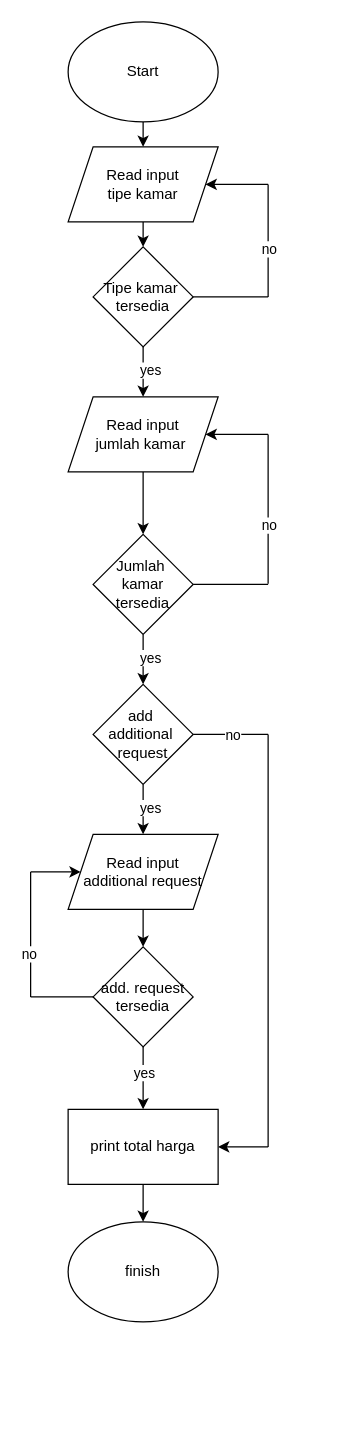
This is flowchart.drawio from toniliu672/toni_liungan-reservation_app, a draw.io file, before an edit. Source tidied: cells renumbered, new cells numbered last; positions are measured from the earlier drawing's top-left corner, leaving out a move shared by most shapes. Both pictures are drawn from the tidied source at 125%, with x=0, y=0 at pixel (30, 21).
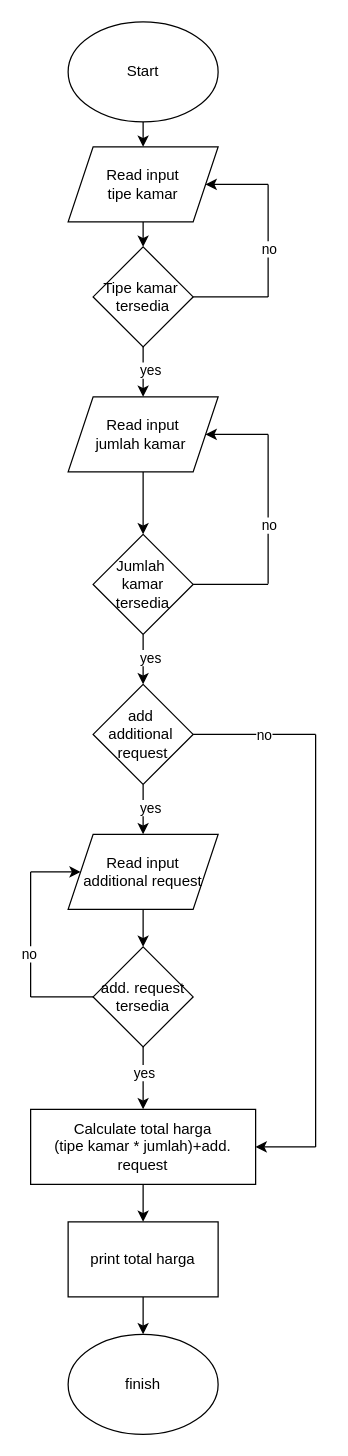
The same page after the edit.

Commit message:
add calculate total harga in flowchart

Unchanged cells that the change refers to:
```xml
<mxCell id="24" value="add&amp;nbsp;&lt;br&gt;additional&amp;nbsp;&lt;br&gt;request" style="rhombus;whiteSpace=wrap;html=1;" parent="1" vertex="1">
  <mxGeometry x="50" y="530" width="80" height="80" as="geometry" />
</mxCell>
```

What changed in the source:
```diff
@@
     <mxCell id="4" value="finish" style="ellipse;whiteSpace=wrap;html=1;" parent="1" vertex="1">
-      <mxGeometry x="30" y="960" width="120" height="80" as="geometry" />
+      <mxGeometry x="30" y="1050" width="120" height="80" as="geometry" />
     </mxCell>
@@
     <mxCell id="28" style="endArrow=none;html=1;exitX=1;exitY=0.5;exitDx=0;exitDy=0;" parent="1" edge="1" source="24">
       <mxGeometry relative="1" as="geometry">
-        <mxPoint x="190" y="570" as="targetPoint" />
+        <mxPoint x="228" y="570" as="targetPoint" />
       </mxGeometry>
     </mxCell>
@@
     <mxCell id="30" style="endArrow=none;html=1;" parent="1" edge="1">
       <mxGeometry relative="1" as="geometry">
-        <mxPoint x="190" y="900" as="sourcePoint" />
-        <mxPoint x="190" y="570" as="targetPoint" />
+        <mxPoint x="228" y="900" as="sourcePoint" />
+        <mxPoint x="228" y="570" as="targetPoint" />
       </mxGeometry>
     </mxCell>
@@
-    <mxCell id="39" style="endArrow=classic;html=1;entryX=1;entryY=0.5;entryDx=0;entryDy=0;" parent="1" edge="1">
+    <mxCell id="39" style="endArrow=classic;html=1;entryX=1;entryY=0.5;entryDx=0;entryDy=0;" parent="1" edge="1" target="42">
       <mxGeometry relative="1" as="geometry">
-        <mxPoint x="190" y="900" as="sourcePoint" />
-        <mxPoint x="150" y="900" as="targetPoint" />
+        <mxPoint x="228" y="900" as="sourcePoint" />
       </mxGeometry>
     </mxCell>
@@
     <mxCell id="41" value="print total harga" style="rounded=0;whiteSpace=wrap;html=1;" parent="1" vertex="1">
-      <mxGeometry x="30" y="870" width="120" height="60" as="geometry" />
+      <mxGeometry x="30" y="960" width="120" height="60" as="geometry" />
     </mxCell>
+    <mxCell id="42" value="Calculate total harga&lt;br&gt;(tipe kamar * jumlah)+add. request" style="rounded=0;whiteSpace=wrap;html=1;" parent="1" vertex="1">
+      <mxGeometry y="870" width="180" height="60" as="geometry" />
+    </mxCell>
```
